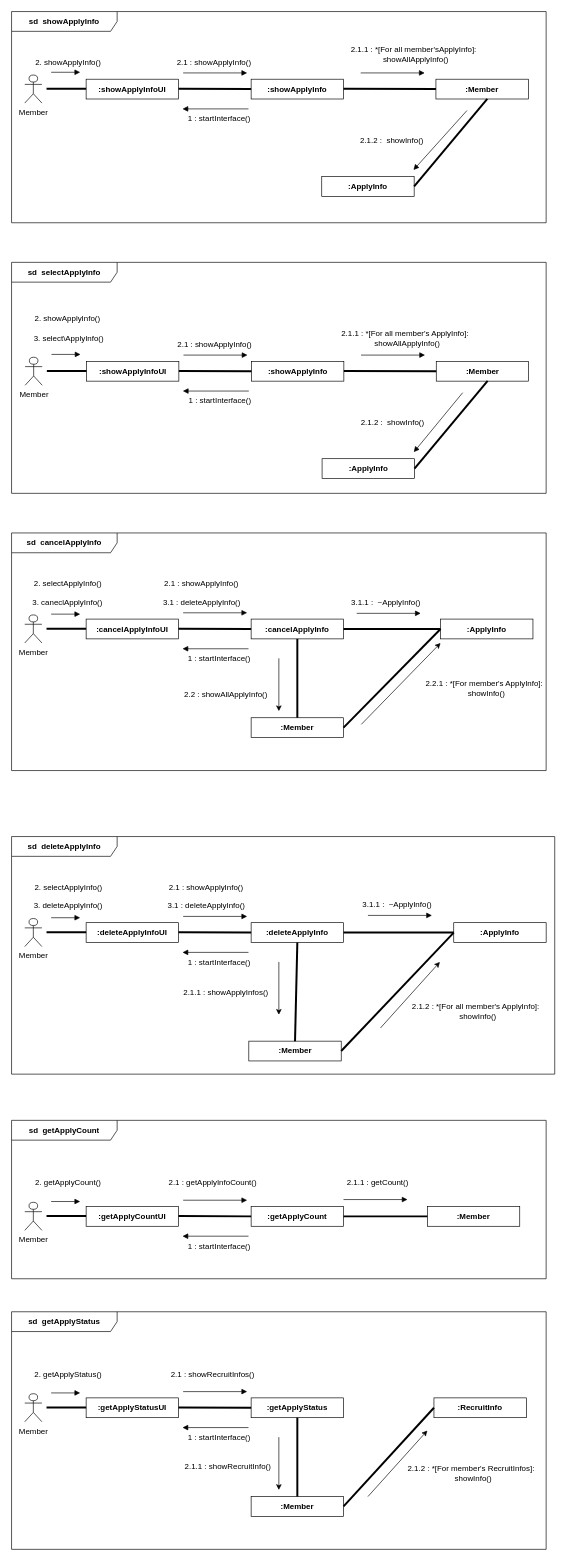
Before: page "communication_diagram" (2 of 5) of classDiagram.drawio in hjee02018/UML, a draw.io diagram. Source tidied: cells renumbered, new cells numbered last; positions are measured from the earlier drawing's top-left corner, leaving out a move shared by most shapes. Both pictures are drawn from the tidied source at 66%, with x=0, y=0 at pixel (11, 11).
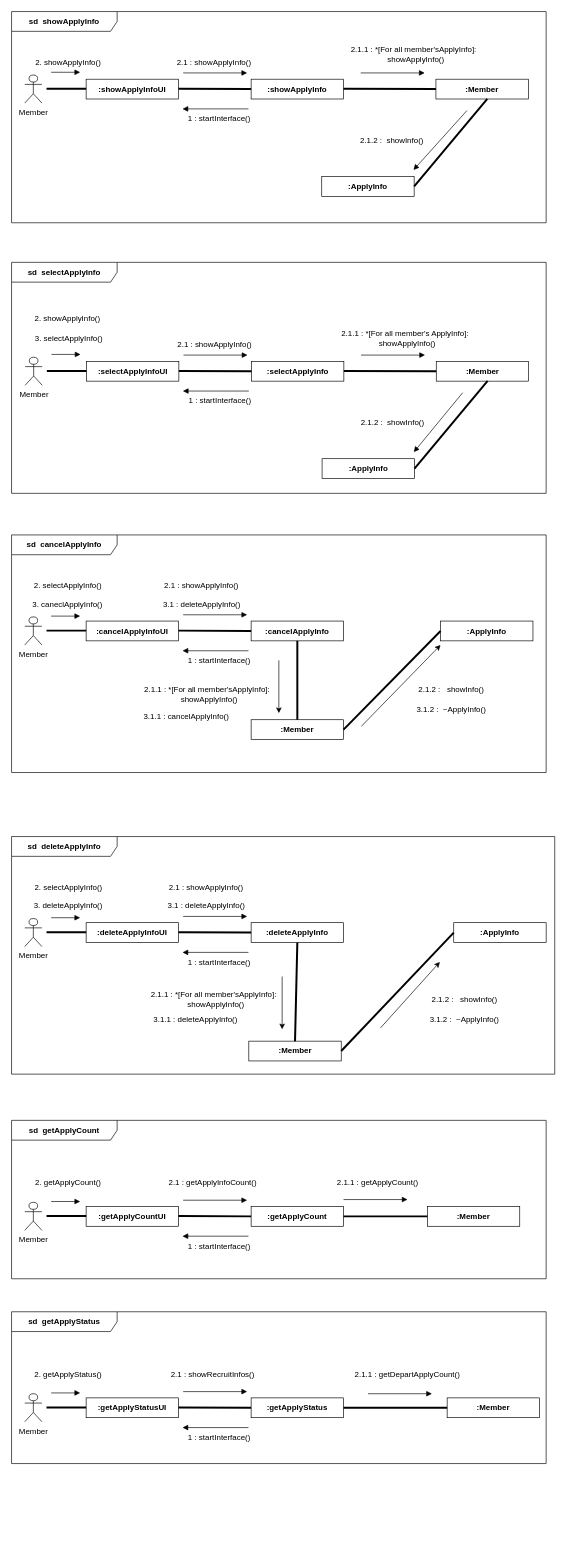
Above is the later version.

Unchanged cells that the change refers to:
```xml
<mxCell id="2" value="&lt;b&gt;sd&amp;nbsp; showApplyInfo&lt;/b&gt;" style="shape=umlFrame;whiteSpace=wrap;html=1;width=160;" parent="1" vertex="1">
  <mxGeometry width="810" height="320" as="geometry" />
</mxCell>
<mxCell id="25" value=":ApplyInfo" style="fontStyle=1;whiteSpace=wrap;html=1;" parent="22" vertex="1">
  <mxGeometry x="650" y="130.5" width="140" height="30" as="geometry" />
</mxCell>
<mxCell id="26" value=":cancelApplyInfo" style="fontStyle=1;whiteSpace=wrap;html=1;" parent="22" vertex="1">
  <mxGeometry x="363" y="130.5" width="140" height="30" as="geometry" />
</mxCell>
<mxCell id="47" value="&lt;b&gt;sd&amp;nbsp; deleteApplyInfo&lt;/b&gt;" style="shape=umlFrame;whiteSpace=wrap;html=1;width=160;" parent="1" vertex="1">
  <mxGeometry y="1250" width="823" height="360" as="geometry" />
</mxCell>
<mxCell id="50" value=":ApplyInfo" style="fontStyle=1;whiteSpace=wrap;html=1;" parent="47" vertex="1">
  <mxGeometry x="670" y="130.5" width="140" height="30" as="geometry" />
</mxCell>
<mxCell id="51" value=":deleteApplyInfo" style="fontStyle=1;whiteSpace=wrap;html=1;" parent="47" vertex="1">
  <mxGeometry x="363" y="130.5" width="140" height="30" as="geometry" />
</mxCell>
<mxCell id="76" value=":&lt;b style=&quot;border-color: var(--border-color);&quot;&gt;getApplyStatus&lt;/b&gt;" style="fontStyle=1;whiteSpace=wrap;html=1;" parent="72" vertex="1">
  <mxGeometry x="363" y="130.5" width="140" height="30" as="geometry" />
</mxCell>
<mxCell id="92" value="&lt;b&gt;sd&amp;nbsp; selectApplyInfo&lt;/b&gt;" style="shape=umlFrame;whiteSpace=wrap;html=1;width=160;" parent="1" vertex="1">
  <mxGeometry y="380" width="810" height="350" as="geometry" />
</mxCell>
<mxCell id="113" value="&lt;b&gt;sd&amp;nbsp; getApplyCount&lt;/b&gt;" style="shape=umlFrame;whiteSpace=wrap;html=1;width=160;" parent="1" vertex="1">
  <mxGeometry y="1680" width="810" height="240" as="geometry" />
</mxCell>
```

Change to the diagram source:
```diff
@@
-    <mxCell id="17" value="2.1.1 : *[For all member'sApplyInfo]:&lt;br&gt;&amp;nbsp; showAllApplyInfo()" style="text;html=1;strokeColor=none;fillColor=none;align=center;verticalAlign=middle;whiteSpace=wrap;rounded=0;" parent="2" vertex="1">
+    <mxCell id="17" value="2.1.1 : *[For all member'sApplyInfo]:&lt;br&gt;&amp;nbsp; showApplyInfo()" style="text;html=1;strokeColor=none;fillColor=none;align=center;verticalAlign=middle;whiteSpace=wrap;rounded=0;" parent="2" vertex="1">
       <mxGeometry x="503" y="50" width="213" height="30" as="geometry" />
     </mxCell>
@@
     <mxCell id="22" value="&lt;b&gt;sd&amp;nbsp; cancelApplyInfo&lt;/b&gt;" style="shape=umlFrame;whiteSpace=wrap;html=1;width=160;" parent="1" vertex="1">
-      <mxGeometry y="790" width="810" height="360" as="geometry" />
+      <mxGeometry y="793" width="810" height="360" as="geometry" />
     </mxCell>
@@
-    <mxCell id="34" value="2.2.1 : *[For member's ApplyInfo]:&lt;br&gt;&amp;nbsp; showInfo()" style="text;html=1;strokeColor=none;fillColor=none;align=center;verticalAlign=middle;whiteSpace=wrap;rounded=0;" parent="22" vertex="1">
-      <mxGeometry x="610" y="220" width="213" height="30" as="geometry" />
+    <mxCell id="34" value="2.1.2 :&amp;nbsp;&amp;nbsp; showInfo()" style="text;html=1;strokeColor=none;fillColor=none;align=center;verticalAlign=middle;whiteSpace=wrap;rounded=0;" parent="22" vertex="1">
+      <mxGeometry x="560" y="220" width="213" height="30" as="geometry" />
     </mxCell>
@@
-    <mxCell id="37" value="2.2 : showAllApplyInfo()" style="text;html=1;strokeColor=none;fillColor=none;align=center;verticalAlign=middle;whiteSpace=wrap;rounded=0;" parent="22" vertex="1">
-      <mxGeometry x="250" y="230" width="150" height="30" as="geometry" />
-    </mxCell>
@@
-    <mxCell id="42" style="endArrow=none;startArrow=none;endFill=0;startFill=0;endSize=8;html=1;verticalAlign=bottom;labelBackgroundColor=none;strokeWidth=3;rounded=0;entryX=0;entryY=0.5;entryDx=0;entryDy=0;exitX=1;exitY=0.5;exitDx=0;exitDy=0;" parent="22" edge="1" source="26" target="25">
-      <mxGeometry relative="1" as="geometry" />
-    </mxCell>
@@
-    <mxCell id="45" value="3.1.1 :&amp;nbsp; ~ApplyInfo()" style="text;html=1;strokeColor=none;fillColor=none;align=center;verticalAlign=middle;whiteSpace=wrap;rounded=0;" parent="22" vertex="1">
-      <mxGeometry x="503" y="90.5" width="129" height="30" as="geometry" />
-    </mxCell>
-    <mxCell id="46" style="html=1;verticalAlign=bottom;labelBackgroundColor=none;endArrow=block;endFill=1;rounded=0;" parent="22" edge="1">
-      <mxGeometry relative="1" as="geometry">
-        <mxPoint x="523" y="121.8" as="sourcePoint" />
-        <mxPoint x="620" y="121.8" as="targetPoint" />
-      </mxGeometry>
-    </mxCell>
+    <mxCell id="129" value="3.1.1 : cancelApplyInfo()" style="text;html=1;strokeColor=none;fillColor=none;align=center;verticalAlign=middle;whiteSpace=wrap;rounded=0;" parent="22" vertex="1">
+      <mxGeometry x="196" y="260" width="138" height="30" as="geometry" />
+    </mxCell>
+    <mxCell id="130" value="3.1.2 :&amp;nbsp; ~ApplyInfo()" style="text;html=1;strokeColor=none;fillColor=none;align=center;verticalAlign=middle;whiteSpace=wrap;rounded=0;" parent="22" vertex="1">
+      <mxGeometry x="602" y="250" width="129" height="30" as="geometry" />
+    </mxCell>
+    <mxCell id="131" value="2.1.1 : *[For all member'sApplyInfo]:&lt;br&gt;&amp;nbsp; showApplyInfo()" style="text;html=1;strokeColor=none;fillColor=none;align=center;verticalAlign=middle;whiteSpace=wrap;rounded=0;" parent="22" vertex="1">
+      <mxGeometry x="190" y="227" width="213" height="30" as="geometry" />
+    </mxCell>
@@
-    <mxCell id="59" value="2.1.2 : *[For all member's ApplyInfo]:&lt;br&gt;&amp;nbsp; showInfo()" style="text;html=1;strokeColor=none;fillColor=none;align=center;verticalAlign=middle;whiteSpace=wrap;rounded=0;" parent="47" vertex="1">
-      <mxGeometry x="597" y="250" width="213" height="30" as="geometry" />
-    </mxCell>
@@
-    <mxCell id="64" value="2.1.1 : showApplyInfos()" style="text;html=1;strokeColor=none;fillColor=none;align=center;verticalAlign=middle;whiteSpace=wrap;rounded=0;" parent="47" vertex="1">
-      <mxGeometry x="240" y="222" width="170" height="30" as="geometry" />
-    </mxCell>
     <mxCell id="65" style="endArrow=classic;html=1;rounded=0;" parent="47" edge="1">
       <mxGeometry relative="1" as="geometry">
-        <mxPoint x="405" y="190" as="sourcePoint" />
-        <mxPoint x="405" y="270" as="targetPoint" />
+        <mxPoint x="410" y="212" as="sourcePoint" />
+        <mxPoint x="410" y="292" as="targetPoint" />
       </mxGeometry>
     </mxCell>
@@
-    <mxCell id="68" style="endArrow=none;startArrow=none;endFill=0;startFill=0;endSize=8;html=1;verticalAlign=bottom;labelBackgroundColor=none;strokeWidth=3;rounded=0;entryX=0;entryY=0.5;entryDx=0;entryDy=0;exitX=1;exitY=0.5;exitDx=0;exitDy=0;" parent="47" edge="1" source="51" target="50">
-      <mxGeometry relative="1" as="geometry" />
-    </mxCell>
-    <mxCell id="69" value="3.1.1 :&amp;nbsp; ~ApplyInfo()" style="text;html=1;strokeColor=none;fillColor=none;align=center;verticalAlign=middle;whiteSpace=wrap;rounded=0;" parent="47" vertex="1">
-      <mxGeometry x="520" y="88.2" width="129" height="30" as="geometry" />
+    <mxCell id="69" value="3.1.2 :&amp;nbsp; ~ApplyInfo()" style="text;html=1;strokeColor=none;fillColor=none;align=center;verticalAlign=middle;whiteSpace=wrap;rounded=0;" parent="47" vertex="1">
+      <mxGeometry x="622" y="262" width="129" height="30" as="geometry" />
     </mxCell>
-    <mxCell id="70" style="html=1;verticalAlign=bottom;labelBackgroundColor=none;endArrow=block;endFill=1;rounded=0;" parent="47" edge="1">
-      <mxGeometry relative="1" as="geometry">
-        <mxPoint x="540" y="119.5" as="sourcePoint" />
-        <mxPoint x="637" y="119.5" as="targetPoint" />
-      </mxGeometry>
-    </mxCell>
@@
+    <mxCell id="132" value="3.1.1 : deleteApplyInfo()" style="text;html=1;strokeColor=none;fillColor=none;align=center;verticalAlign=middle;whiteSpace=wrap;rounded=0;" parent="47" vertex="1">
+      <mxGeometry x="210" y="262" width="138" height="30" as="geometry" />
+    </mxCell>
+    <mxCell id="133" value="2.1.2 :&amp;nbsp;&amp;nbsp; showInfo()" style="text;html=1;strokeColor=none;fillColor=none;align=center;verticalAlign=middle;whiteSpace=wrap;rounded=0;" parent="47" vertex="1">
+      <mxGeometry x="580" y="232" width="213" height="30" as="geometry" />
+    </mxCell>
+    <mxCell id="134" value="2.1.1 : *[For all member'sApplyInfo]:&lt;br&gt;&amp;nbsp; showApplyInfo()" style="text;html=1;strokeColor=none;fillColor=none;align=center;verticalAlign=middle;whiteSpace=wrap;rounded=0;" parent="47" vertex="1">
+      <mxGeometry x="200" y="232" width="213" height="30" as="geometry" />
+    </mxCell>
     <mxCell id="72" value="&lt;b&gt;sd&amp;nbsp; getApplyStatus&lt;/b&gt;" style="shape=umlFrame;whiteSpace=wrap;html=1;width=160;" parent="1" vertex="1">
-      <mxGeometry y="1970" width="810" height="360" as="geometry" />
+      <mxGeometry y="1970" width="810" height="230" as="geometry" />
     </mxCell>
@@
-    <mxCell id="75" value=":RecruitInfo" style="fontStyle=1;whiteSpace=wrap;html=1;" parent="72" vertex="1">
-      <mxGeometry x="640" y="130.5" width="140" height="30" as="geometry" />
-    </mxCell>
@@
     <mxCell id="85" value=":Member" style="fontStyle=1;whiteSpace=wrap;html=1;" parent="72" vertex="1">
-      <mxGeometry x="363" y="280" width="140" height="30" as="geometry" />
+      <mxGeometry x="660" y="130.5" width="140" height="30" as="geometry" />
     </mxCell>
-    <mxCell id="86" style="endArrow=none;startArrow=none;endFill=0;startFill=0;endSize=8;html=1;verticalAlign=bottom;labelBackgroundColor=none;strokeWidth=3;rounded=0;exitX=0.5;exitY=1;exitDx=0;exitDy=0;entryX=0.5;entryY=0;entryDx=0;entryDy=0;" parent="72" edge="1" source="76" target="85">
+    <mxCell id="86" style="endArrow=none;startArrow=none;endFill=0;startFill=0;endSize=8;html=1;verticalAlign=bottom;labelBackgroundColor=none;strokeWidth=3;rounded=0;exitX=1;exitY=0.5;exitDx=0;exitDy=0;" parent="72" edge="1" source="76" target="85">
       <mxGeometry relative="1" as="geometry" />
     </mxCell>
-    <mxCell id="87" value="2.1.1 : showRecruitInfo()" style="text;html=1;strokeColor=none;fillColor=none;align=center;verticalAlign=middle;whiteSpace=wrap;rounded=0;" parent="72" vertex="1">
-      <mxGeometry x="253" y="220" width="150" height="30" as="geometry" />
+    <mxCell id="87" value="2.1.1 :&amp;nbsp;getDepartApplyCount()" style="text;html=1;strokeColor=none;fillColor=none;align=center;verticalAlign=middle;whiteSpace=wrap;rounded=0;" parent="72" vertex="1">
+      <mxGeometry x="510" y="80" width="180" height="30" as="geometry" />
     </mxCell>
-    <mxCell id="88" style="endArrow=classic;html=1;rounded=0;" parent="72" edge="1">
-      <mxGeometry relative="1" as="geometry">
-        <mxPoint x="405" y="190" as="sourcePoint" />
-        <mxPoint x="405" y="270" as="targetPoint" />
-      </mxGeometry>
-    </mxCell>
-    <mxCell id="89" style="endArrow=none;startArrow=none;endFill=0;startFill=0;endSize=8;html=1;verticalAlign=bottom;labelBackgroundColor=none;strokeWidth=3;rounded=0;entryX=0;entryY=0.5;entryDx=0;entryDy=0;exitX=1;exitY=0.5;exitDx=0;exitDy=0;" parent="72" edge="1" source="85" target="75">
-      <mxGeometry relative="1" as="geometry" />
-    </mxCell>
-    <mxCell id="90" style="endArrow=classic;html=1;rounded=0;" parent="72" edge="1">
-      <mxGeometry relative="1" as="geometry">
-        <mxPoint x="540" y="280" as="sourcePoint" />
-        <mxPoint x="630" y="180" as="targetPoint" />
-      </mxGeometry>
-    </mxCell>
-    <mxCell id="91" value="2.1.2 : *[For member's RecruitInfos]:&lt;br&gt;&amp;nbsp; showInfo()" style="text;html=1;strokeColor=none;fillColor=none;align=center;verticalAlign=middle;whiteSpace=wrap;rounded=0;" parent="72" vertex="1">
-      <mxGeometry x="590" y="230" width="213" height="30" as="geometry" />
-    </mxCell>
+    <mxCell id="135" style="html=1;verticalAlign=bottom;labelBackgroundColor=none;endArrow=block;endFill=1;rounded=0;" parent="72" edge="1">
+      <mxGeometry relative="1" as="geometry">
+        <mxPoint x="540" y="124.2" as="sourcePoint" />
+        <mxPoint x="637" y="124.2" as="targetPoint" />
+      </mxGeometry>
+    </mxCell>
@@
-    <mxCell id="94" value=":&lt;b style=&quot;border-color: var(--border-color);&quot;&gt;showApplyInfo&lt;/b&gt;UI" style="fontStyle=1;whiteSpace=wrap;html=1;" parent="92" vertex="1">
+    <mxCell id="94" value=":&lt;b style=&quot;border-color: var(--border-color);&quot;&gt;selectApplyInfo&lt;/b&gt;UI" style="fontStyle=1;whiteSpace=wrap;html=1;" parent="92" vertex="1">
       <mxGeometry x="113.5" y="150" width="140" height="30" as="geometry" />
     </mxCell>
@@
-    <mxCell id="96" value=":&lt;b style=&quot;border-color: var(--border-color);&quot;&gt;showApplyInfo&lt;/b&gt;" style="fontStyle=1;whiteSpace=wrap;html=1;" parent="92" vertex="1">
+    <mxCell id="96" value=":&lt;b style=&quot;border-color: var(--border-color);&quot;&gt;selectApplyInfo&lt;/b&gt;" style="fontStyle=1;whiteSpace=wrap;html=1;" parent="92" vertex="1">
       <mxGeometry x="363.5" y="150" width="140" height="30" as="geometry" />
     </mxCell>
@@
-    <mxCell id="107" value="2.1.1 : *[For all member's ApplyInfo]:&lt;br&gt;&amp;nbsp; showAllApplyInfo()" style="text;html=1;strokeColor=none;fillColor=none;align=center;verticalAlign=middle;whiteSpace=wrap;rounded=0;" parent="92" vertex="1">
+    <mxCell id="107" value="2.1.1 : *[For all member's ApplyInfo]:&lt;br&gt;&amp;nbsp; showApplyInfo()" style="text;html=1;strokeColor=none;fillColor=none;align=center;verticalAlign=middle;whiteSpace=wrap;rounded=0;" parent="92" vertex="1">
       <mxGeometry x="490" y="100" width="213" height="30" as="geometry" />
     </mxCell>
@@
-    <mxCell id="112" value="3. select\ApplyInfo()" style="text;html=1;strokeColor=none;fillColor=none;align=center;verticalAlign=middle;whiteSpace=wrap;rounded=0;" parent="92" vertex="1">
+    <mxCell id="112" value="3. selectApplyInfo()" style="text;html=1;strokeColor=none;fillColor=none;align=center;verticalAlign=middle;whiteSpace=wrap;rounded=0;" parent="92" vertex="1">
       <mxGeometry x="11.5" y="100" width="150" height="30" as="geometry" />
     </mxCell>
@@
-    <mxCell id="127" value="2.1.1 : getCount()" style="text;html=1;strokeColor=none;fillColor=none;align=center;verticalAlign=middle;whiteSpace=wrap;rounded=0;" parent="113" vertex="1">
+    <mxCell id="127" value="2.1.1 : getApplyCount()" style="text;html=1;strokeColor=none;fillColor=none;align=center;verticalAlign=middle;whiteSpace=wrap;rounded=0;" parent="113" vertex="1">
       <mxGeometry x="470" y="80" width="170" height="30" as="geometry" />
     </mxCell>
```
